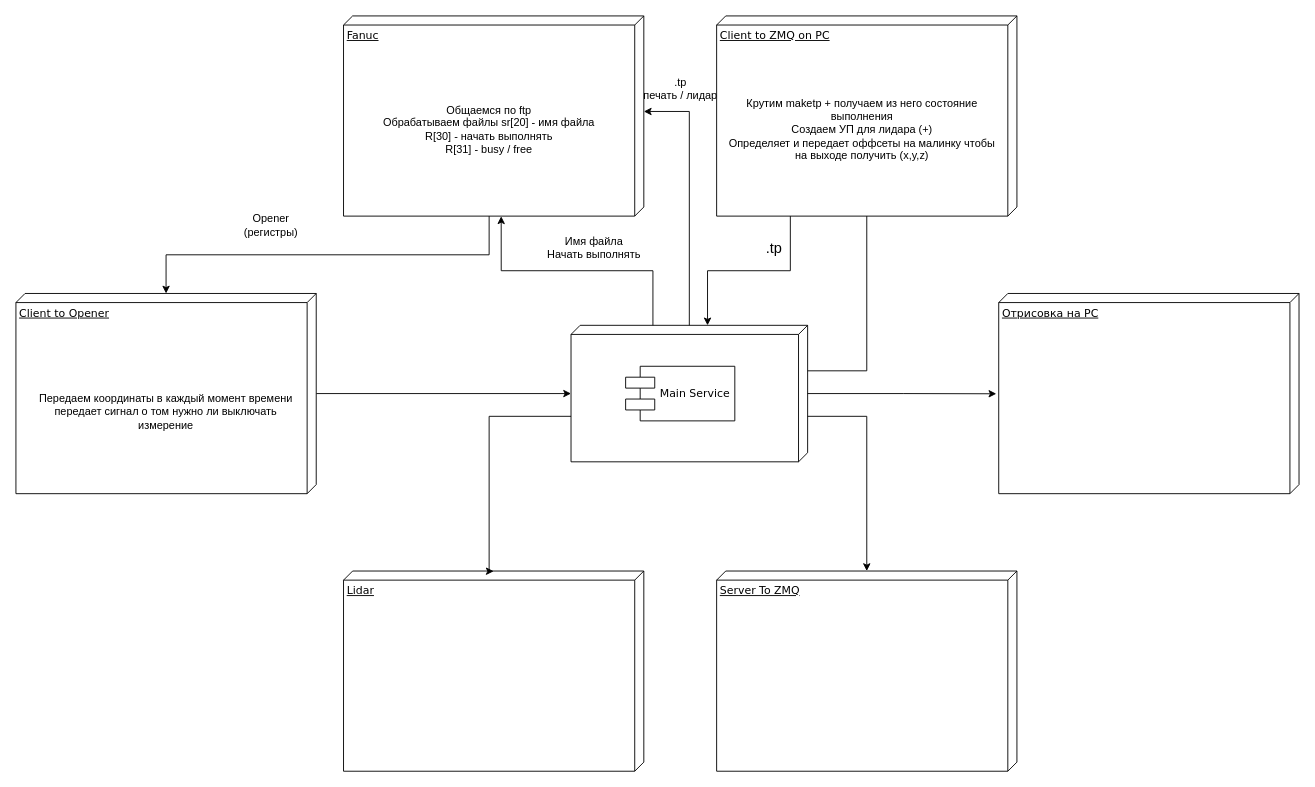
voinov-arduino/Fanuc keeps this draw.io diagram as Диаграмма без названия.drawio. Above is the earlier version. Source tidied: cells renumbered, new cells numbered last; positions are measured from the earlier drawing's top-left corner, leaving out a move shared by most shapes. Both pictures are drawn from the tidied source at 91%, with x=0, y=0 at pixel (15, 15).
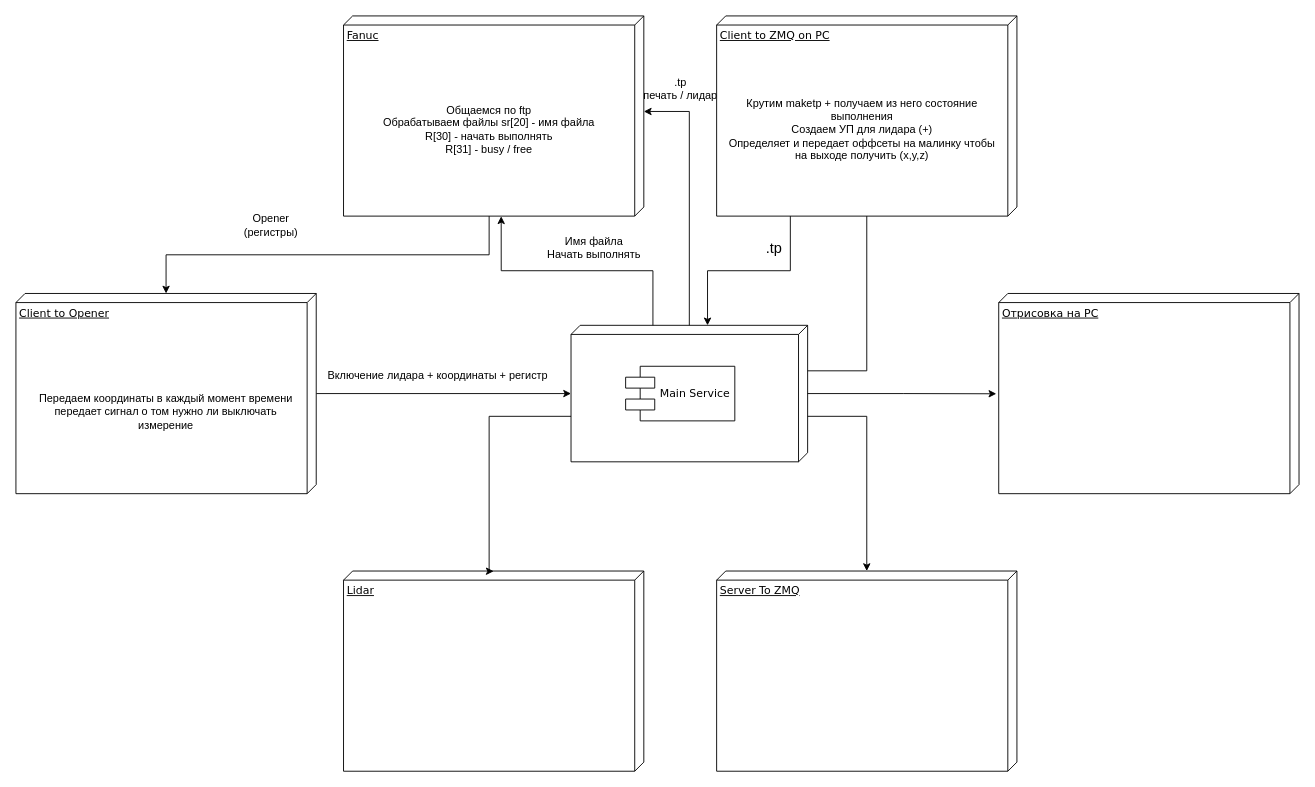
The same diagram, later.

The edit, as a diff of the source:
```diff
@@
+    <mxCell id="26" value="Включение лидара + координаты + регистр&amp;nbsp;" style="text;html=1;align=center;verticalAlign=middle;strokeColor=none;fillColor=none;" parent="1" vertex="1">
+      <mxGeometry x="330" y="380" width="270" height="30" as="geometry" />
+    </mxCell>
```
